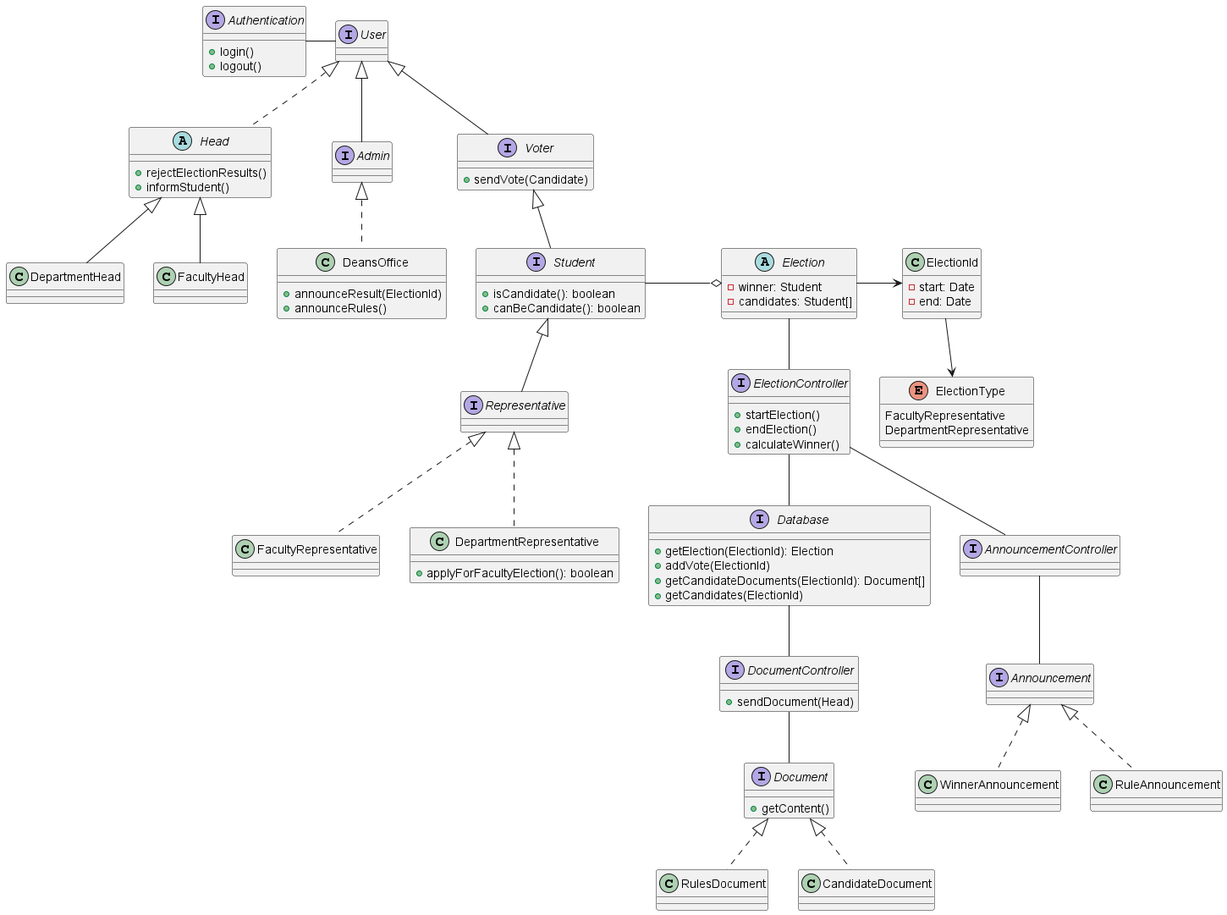
The PlantUML diagram diagrams/logical-viewpoint.png in Malik-Hinnawi/Project-1_Election-Project-Diagrams, before a commit.
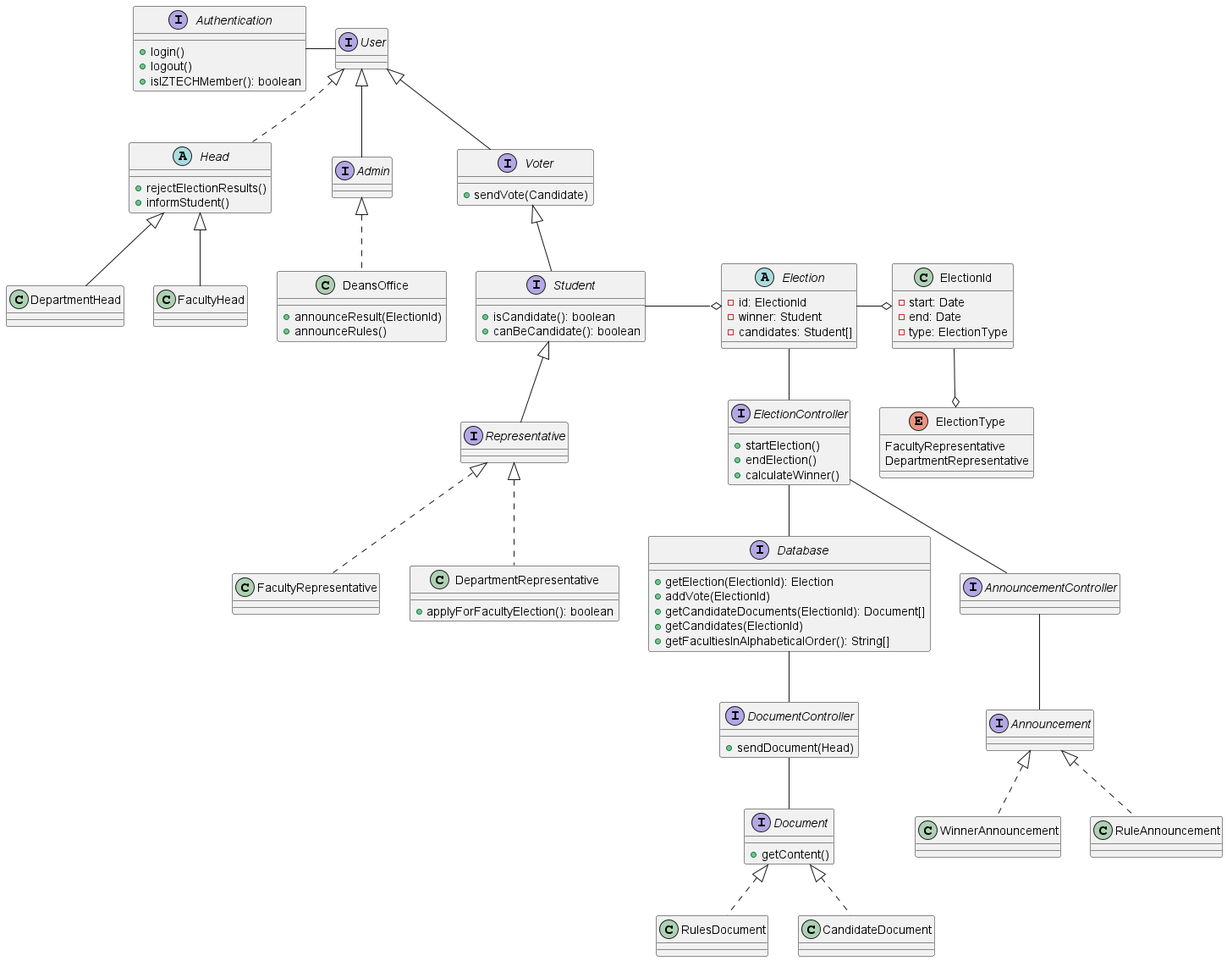
The same file after the commit.

Change to the diagram source:
```diff
@@ -3,6 +3,7 @@
 interface Authentication {
     +login()
     +logout()
+    +isIZTECHMember(): boolean
 }
 
 interface Database {
@@ -10,6 +11,7 @@
     +addVote(ElectionId)
     +getCandidateDocuments(ElectionId): Document[]
     +getCandidates(ElectionId)
+    +getFacultiesInAlphabeticalOrder(): String[]
 }
 
 interface Announcement{
@@ -78,6 +80,7 @@
 class CandidateDocument implements Document
 
 abstract class Election {
+    - id: ElectionId
     - winner: Student
     - candidates: Student[]
 }
@@ -85,6 +88,7 @@
 class ElectionId {
     -start: Date
     -end: Date
+    -type: ElectionType
 }
 
 enum ElectionType{
@@ -92,8 +96,8 @@
     DepartmentRepresentative
 }
 
-Election -right-> ElectionId
-ElectionId -down-> ElectionType
+Election -right-o ElectionId
+ElectionId -down-o ElectionType
 Election -- ElectionController
 Student -right-o Election
 ElectionController -- AnnouncementController
```
